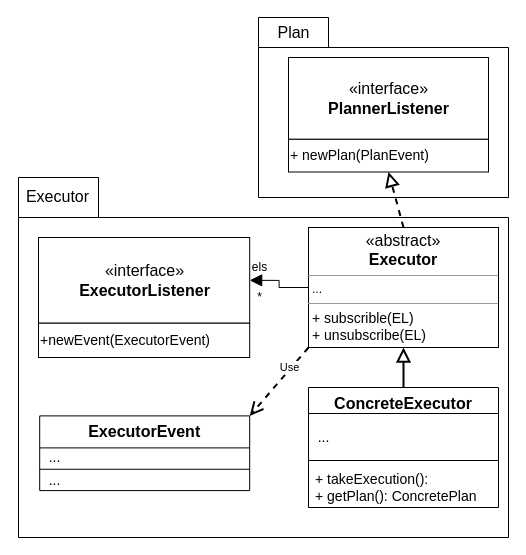
Sylv-Lej/thesis-separation-concerns keeps this draw.io diagram as fig/drawio/static_model_PE.drawio. Above is the earlier version. Source tidied: cells renumbered, new cells numbered last; positions are measured from the earlier drawing's top-left corner, leaving out a move shared by most shapes. Both pictures are drawn from the tidied source at 100%, with x=0, y=0 at pixel (17, 17).
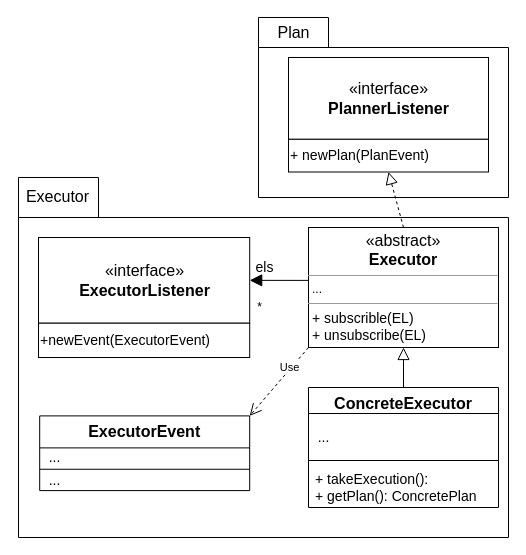
Above is the later version.

Unchanged cells that the change refers to:
```xml
<mxCell id="3" style="group;" parent="1" vertex="1">
  <mxGeometry x="1" y="160" width="490" height="360" as="geometry" />
</mxCell>
<mxCell id="6" value="ConcreteExecutor" style="swimlane;fontStyle=1;align=center;verticalAlign=top;horizontal=1;startSize=26;fontSize=16;" parent="3" vertex="1">
  <mxGeometry x="290" y="210" width="190" height="120" as="geometry" />
</mxCell>
<mxCell id="9" value="&lt;font style=&quot;font-size: 16px&quot;&gt;«interface»&lt;br&gt;&lt;span style=&quot;font-weight: 700&quot;&gt;ExecutorListener&lt;/span&gt;&lt;/font&gt;" style="html=1;" parent="8" vertex="1">
  <mxGeometry width="211.2" height="85.7" as="geometry" />
</mxCell>
<mxCell id="11" value="ExecutorEvent" style="swimlane;fontStyle=1;align=center;verticalAlign=top;horizontal=1;startSize=32;fontSize=16;" parent="3" vertex="1">
  <mxGeometry x="21.2" y="238.4" width="210" height="74.7" as="geometry" />
</mxCell>
<mxCell id="17" value="&lt;p style=&quot;margin: 4px 0px 0px ; text-align: center ; font-size: 16px&quot;&gt;«abstract»&lt;br&gt;&lt;b&gt;Executor&lt;/b&gt;&lt;/p&gt;&lt;hr size=&quot;1&quot;&gt;&lt;p style=&quot;margin: 0px ; margin-left: 4px&quot;&gt;...&lt;/p&gt;&lt;hr size=&quot;1&quot;&gt;&lt;p style=&quot;margin: 0px 0px 0px 4px ; font-size: 14px&quot;&gt;+ subscrible(EL)&lt;br&gt;+ unsubscribe(EL)&lt;br&gt;&lt;/p&gt;" style="verticalAlign=top;align=left;overflow=fill;fontSize=12;fontFamily=Helvetica;html=1;" parent="3" vertex="1">
  <mxGeometry x="290" y="50" width="190" height="120" as="geometry" />
</mxCell>
<mxCell id="28" value="&lt;font style=&quot;font-size: 14px&quot;&gt;+ newPlan(PlanEvent)&lt;/font&gt;" style="html=1;align=left;" parent="26" vertex="1">
  <mxGeometry y="81.8" width="200" height="32.7" as="geometry" />
</mxCell>
```

Diff of the diagram source:
```diff
@@
-    <mxCell id="13" value="els" style="text;html=1;align=center;verticalAlign=middle;strokeColor=none;fillColor=none;" parent="3" vertex="1">
-      <mxGeometry x="226.2" y="80" width="30" height="20" as="geometry" />
+    <mxCell id="13" value="&lt;font style=&quot;font-size: 14px;&quot;&gt;els&lt;/font&gt;" style="text;html=1;align=center;verticalAlign=middle;strokeColor=none;fillColor=none;" parent="3" vertex="1">
+      <mxGeometry x="231.2" y="80" width="30" height="20" as="geometry" />
     </mxCell>
     <mxCell id="14" value="*" style="text;html=1;align=center;verticalAlign=middle;strokeColor=none;fillColor=none;" parent="3" vertex="1">
-      <mxGeometry x="231.2" y="110" width="20" height="20" as="geometry" />
+      <mxGeometry x="231.2" y="120" width="20" height="20" as="geometry" />
     </mxCell>
-    <mxCell id="15" style="endArrow=open;endFill=0;endSize=10;html=1;strokeWidth=2;entryX=1;entryY=0;entryDx=0;entryDy=0;dashed=1;exitX=0;exitY=1;exitDx=0;exitDy=0;" parent="3" edge="1" source="17" target="11">
+    <mxCell id="15" style="endArrow=open;endFill=0;endSize=10;html=1;strokeWidth=1;entryX=1;entryY=0;entryDx=0;entryDy=0;dashed=1;exitX=0;exitY=1;exitDx=0;exitDy=0;" parent="3" edge="1" source="17" target="11">
       <mxGeometry relative="1" as="geometry" />
     </mxCell>
@@
-    <mxCell id="18" style="edgeStyle=orthogonalEdgeStyle;rounded=0;jettySize=auto;html=1;endArrow=block;endFill=0;strokeWidth=2;endSize=10;exitX=0.5;exitY=0;exitDx=0;exitDy=0;entryX=0.5;entryY=1;entryDx=0;entryDy=0;" parent="3" edge="1" source="6" target="17">
+    <mxCell id="18" style="edgeStyle=orthogonalEdgeStyle;rounded=0;jettySize=auto;html=1;endArrow=block;endFill=0;strokeWidth=1;endSize=10;exitX=0.5;exitY=0;exitDx=0;exitDy=0;entryX=0.5;entryY=1;entryDx=0;entryDy=0;" parent="3" edge="1" source="6" target="17">
       <mxGeometry relative="1" as="geometry" />
     </mxCell>
-    <mxCell id="19" style="edgeStyle=orthogonalEdgeStyle;rounded=0;jettySize=auto;html=1;entryX=1;entryY=0.5;entryDx=0;entryDy=0;endArrow=block;endFill=1;endSize=10;exitX=0;exitY=0.5;exitDx=0;exitDy=0;" parent="3" edge="1" source="17" target="9">
-      <mxGeometry relative="1" as="geometry" />
+    <mxCell id="19" style="edgeStyle=orthogonalEdgeStyle;rounded=0;jettySize=auto;html=1;entryX=1;entryY=0.5;entryDx=0;entryDy=0;endArrow=block;endFill=1;endSize=10;" parent="3" edge="1" target="9">
+      <mxGeometry relative="1" as="geometry">
+        <mxPoint x="290" y="110" as="sourcePoint" />
+        <Array as="points">
+          <mxPoint x="290" y="103" />
+        </Array>
+      </mxGeometry>
     </mxCell>
@@
-    <mxCell id="29" style="endArrow=block;endFill=0;endSize=10;html=1;strokeWidth=2;entryX=0.5;entryY=1;entryDx=0;entryDy=0;dashed=1;exitX=0.5;exitY=0;exitDx=0;exitDy=0;" parent="1" edge="1" source="17" target="28">
+    <mxCell id="29" style="endArrow=block;endFill=0;endSize=10;html=1;strokeWidth=1;entryX=0.5;entryY=1;entryDx=0;entryDy=0;dashed=1;exitX=0.5;exitY=0;exitDx=0;exitDy=0;" parent="1" edge="1" source="17" target="28">
       <mxGeometry relative="1" as="geometry" />
     </mxCell>
```
